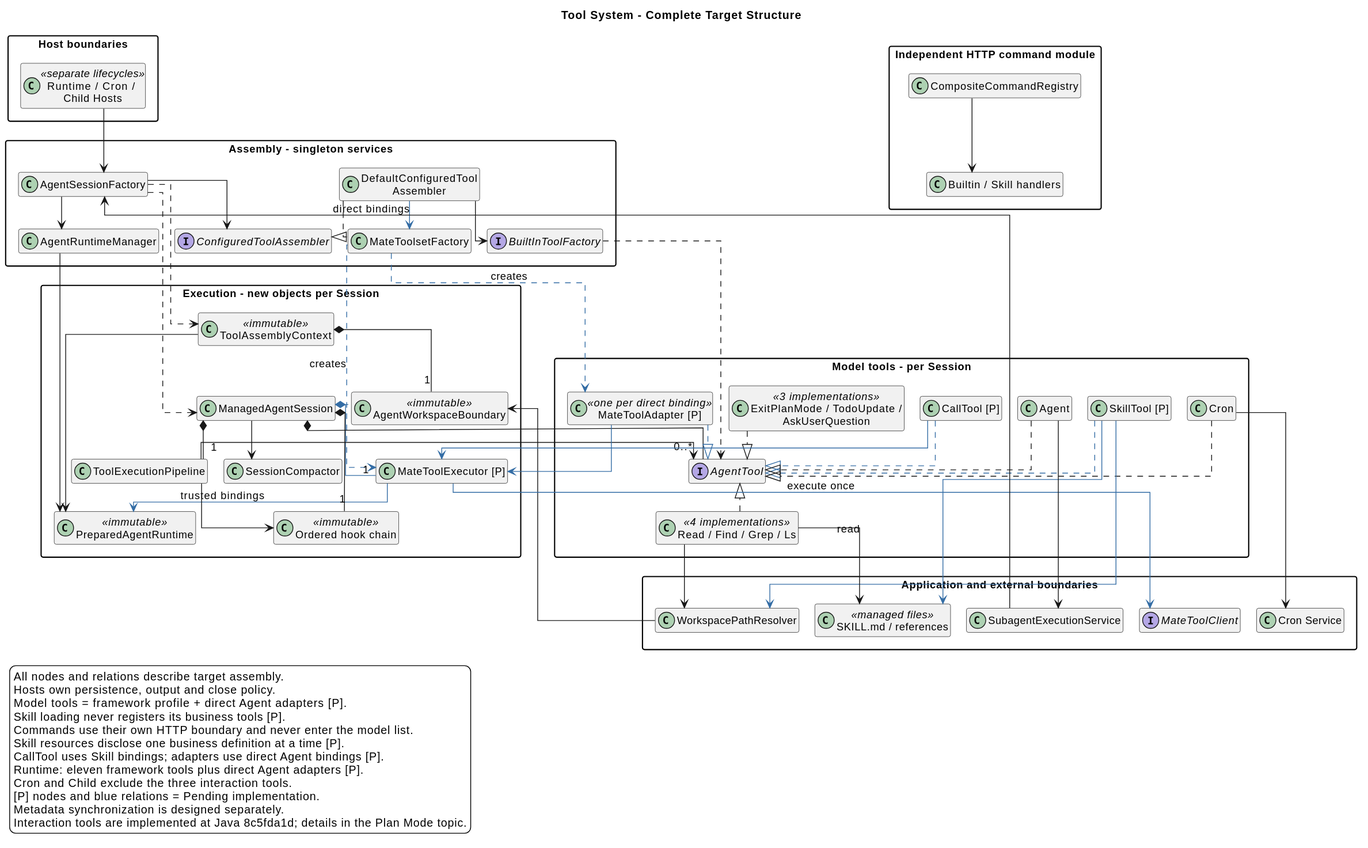
Earlier version of the PlantUML export 01-总体架构/02-CampusClaw工具系统/tool_system_architecture.svg (ssm0808/pi-mono-java-design).
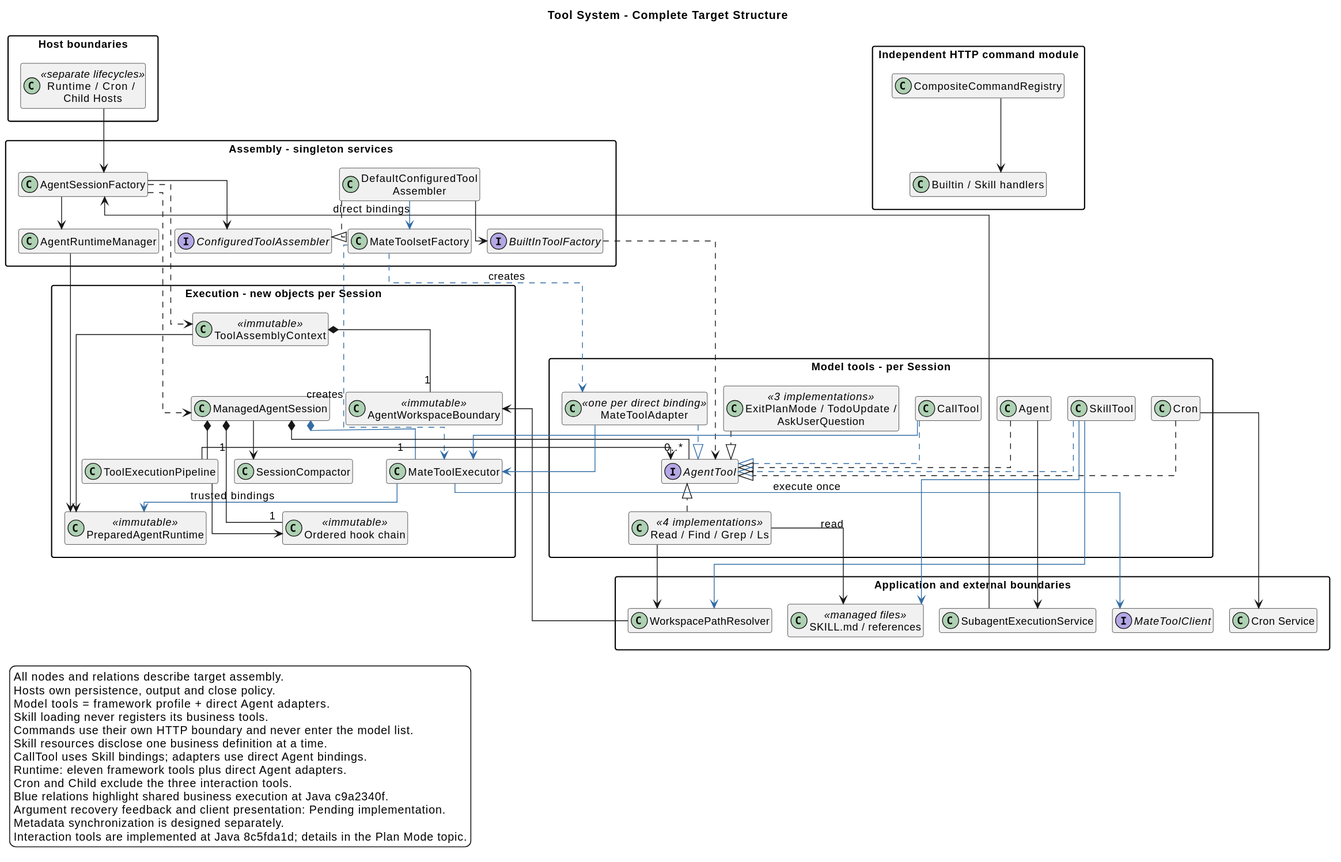
The same file after the commit.

Change to the diagram source:
```diff
@@ -27,7 +27,7 @@
   class "ManagedAgentSession" as Session
   class "ToolAssemblyContext" as Context <<immutable>>
   class "AgentWorkspaceBoundary" as Workspace <<immutable>>
-  class "MateToolExecutor [P]" as Executor
+  class "MateToolExecutor" as Executor
   class "PreparedAgentRuntime" as Runtime <<immutable>>
   class "Ordered hook chain" as Hooks <<immutable>>
   class "ToolExecutionPipeline" as Pipeline
@@ -37,9 +37,9 @@
   interface "AgentTool" as Tool
   class "ExitPlanMode / TodoUpdate /\nAskUserQuestion" as InteractionTools <<3 implementations>>
   class "Read / Find / Grep / Ls" as Local <<4 implementations>>
-  class "SkillTool [P]" as Skill
-  class "CallTool [P]" as Call
-  class "MateToolAdapter [P]" as Adapter <<one per direct binding>>
+  class "SkillTool" as Skill
+  class "CallTool" as Call
+  class "MateToolAdapter" as Adapter <<one per direct binding>>
   class Cron
   class "Agent" as ChildTool
 }
@@ -101,14 +101,15 @@
 legend bottom left
 All nodes and relations describe target assembly.
 Hosts own persistence, output and close policy.
-Model tools = framework profile + direct Agent adapters [P].
-Skill loading never registers its business tools [P].
+Model tools = framework profile + direct Agent adapters.
+Skill loading never registers its business tools.
 Commands use their own HTTP boundary and never enter the model list.
-Skill resources disclose one business definition at a time [P].
-CallTool uses Skill bindings; adapters use direct Agent bindings [P].
-Runtime: eleven framework tools plus direct Agent adapters [P].
+Skill resources disclose one business definition at a time.
+CallTool uses Skill bindings; adapters use direct Agent bindings.
+Runtime: eleven framework tools plus direct Agent adapters.
 Cron and Child exclude the three interaction tools.
-[P] nodes and blue relations = Pending implementation.
+Blue relations highlight shared business execution at Java c9a2340f.
+Argument recovery feedback and client presentation: Pending implementation.
 Metadata synchronization is designed separately.
 Interaction tools are implemented at Java 8c5fda1d; details in the Plan Mode topic.
 endlegend
```
